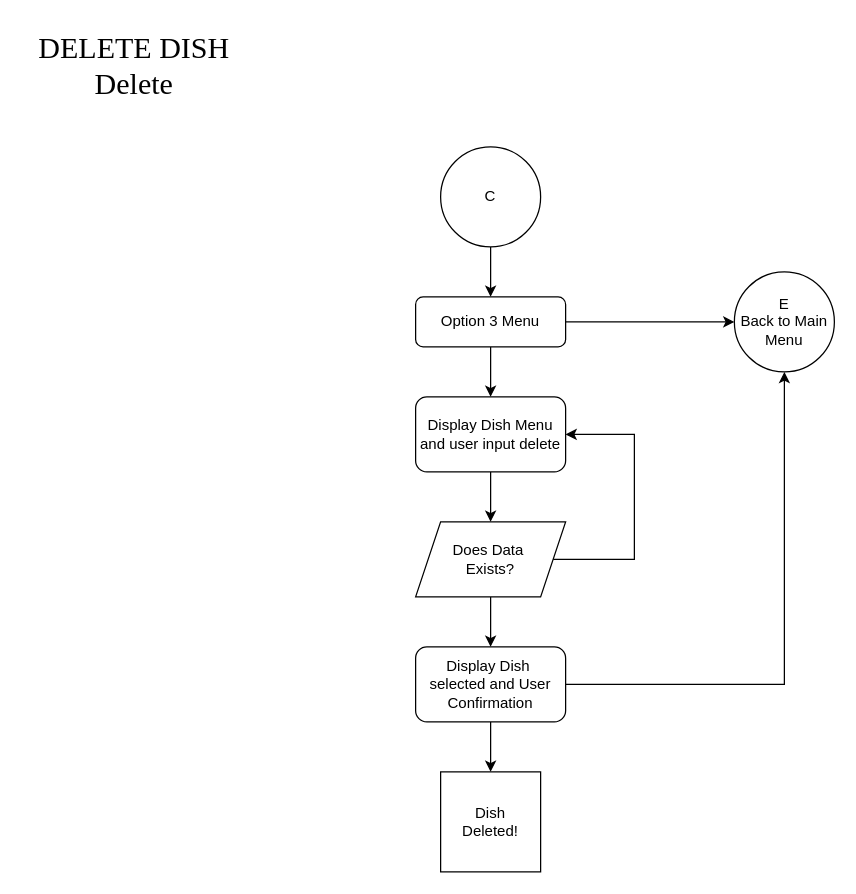
qemhal14/raamen_shop keeps this draw.io diagram as page "Page-4" (4 of 5) of Raamen_shop_flow.drawio. Above is the earlier version. Source tidied: cells renumbered, new cells numbered last; positions are measured from the earlier drawing's top-left corner, leaving out a move shared by most shapes. Both pictures are drawn from the tidied source at 125%, with x=0, y=0 at pixel (21, 21).
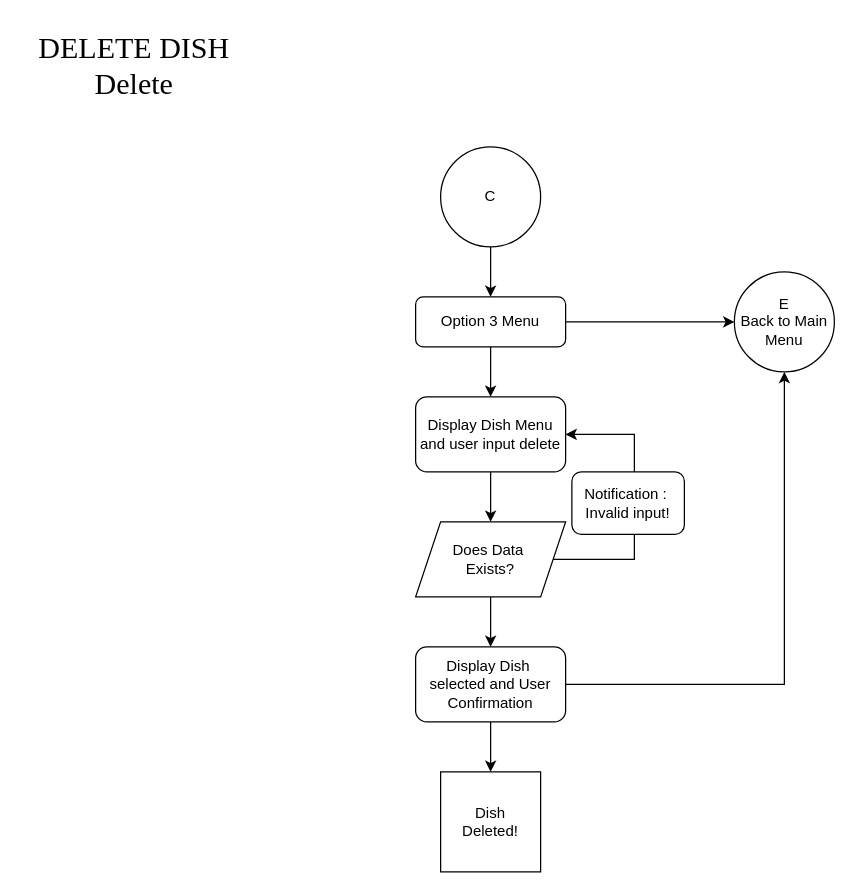
After the change.

What changed in the source:
```diff
@@
+    <mxCell id="18" value="Notification :&amp;nbsp;&lt;div&gt;Invalid input!&lt;/div&gt;" style="rounded=1;whiteSpace=wrap;html=1;" parent="1" vertex="1">
+      <mxGeometry x="440" y="360" width="90" height="50" as="geometry" />
+    </mxCell>
```
